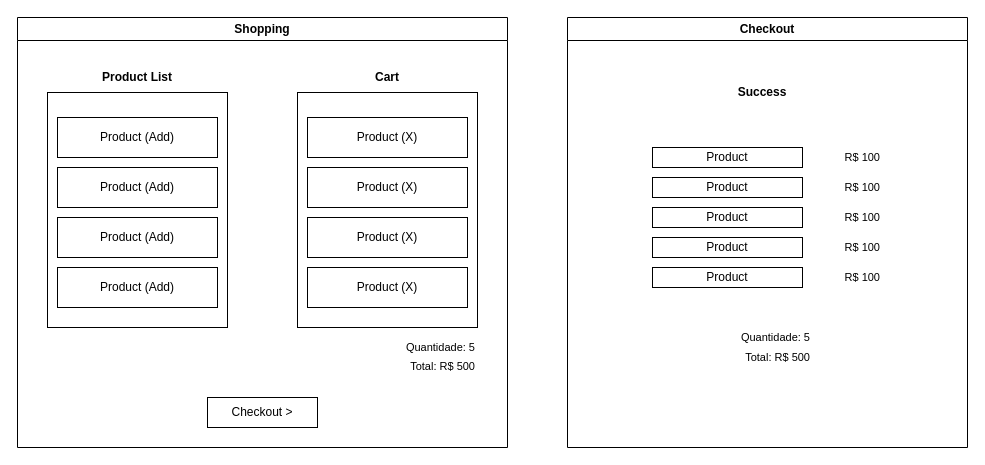
Earlier version of the draw.io diagram PocAngular16.drawio (rribeiro93k/draw-docs). Source tidied: cells renumbered, new cells numbered last; positions are measured from the earlier drawing's top-left corner, leaving out a move shared by most shapes. Both pictures are drawn from the tidied source at 100%, with x=0, y=0 at pixel (17, 17).
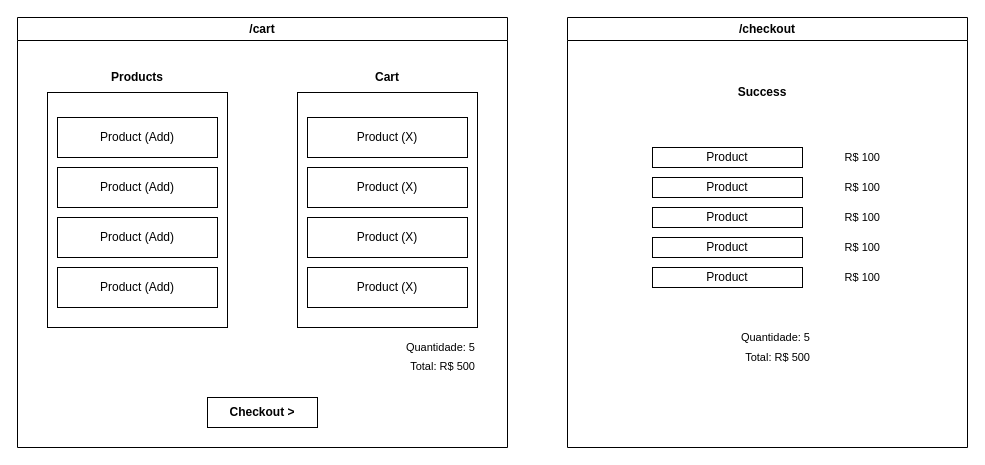
Above is the later version.

The edit, as a diff of the source:
```diff
@@
-    <mxCell id="2" value="Shopping" style="swimlane;whiteSpace=wrap;html=1;" parent="1" vertex="1">
+    <mxCell id="2" value="/cart" style="swimlane;whiteSpace=wrap;html=1;" parent="1" vertex="1">
       <mxGeometry width="490" height="430" as="geometry" />
     </mxCell>
@@
-    <mxCell id="13" value="Product List" style="text;html=1;strokeColor=none;fillColor=none;align=center;verticalAlign=middle;whiteSpace=wrap;rounded=0;fontStyle=1;" parent="2" vertex="1">
+    <mxCell id="13" value="Products" style="text;html=1;strokeColor=none;fillColor=none;align=center;verticalAlign=middle;whiteSpace=wrap;rounded=0;fontStyle=1;" parent="2" vertex="1">
       <mxGeometry x="75" y="45" width="90" height="30" as="geometry" />
     </mxCell>
@@
-    <mxCell id="16" value="Checkout &amp;gt;" style="rounded=0;whiteSpace=wrap;html=1;" parent="2" vertex="1">
+    <mxCell id="16" value="Checkout &amp;gt;" style="rounded=0;whiteSpace=wrap;html=1;fontStyle=1;" parent="2" vertex="1">
       <mxGeometry x="190" y="380" width="110" height="30" as="geometry" />
     </mxCell>
@@
-    <mxCell id="18" value="Checkout" style="swimlane;whiteSpace=wrap;html=1;" parent="1" vertex="1">
+    <mxCell id="18" value="/checkout" style="swimlane;whiteSpace=wrap;html=1;" parent="1" vertex="1">
       <mxGeometry x="550" width="400" height="430" as="geometry" />
     </mxCell>
```
